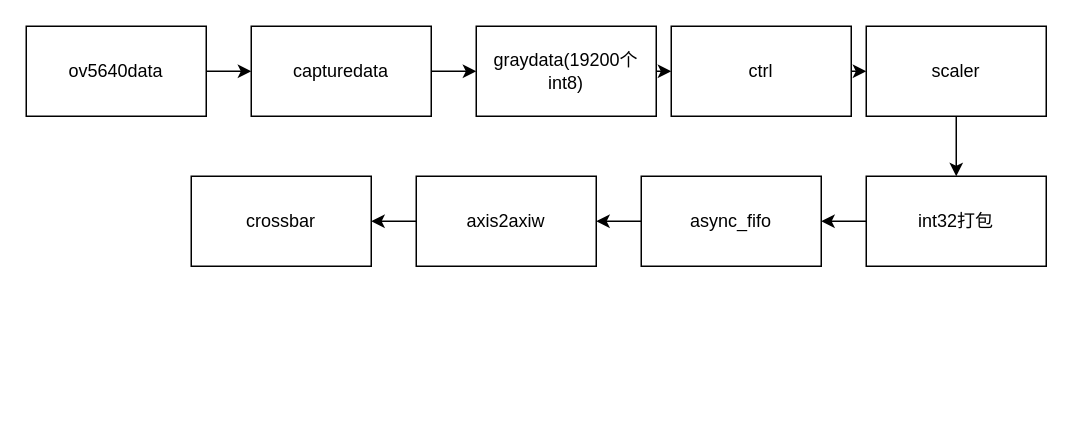
ssssss-dot/soc_learning keeps this draw.io diagram as architecture diagram/process.drawio. Above is the earlier version. Source tidied: cells renumbered, new cells numbered last; positions are measured from the earlier drawing's top-left corner, leaving out a move shared by most shapes. Both pictures are drawn from the tidied source at 150%, with x=0, y=0 at pixel (26, 26).
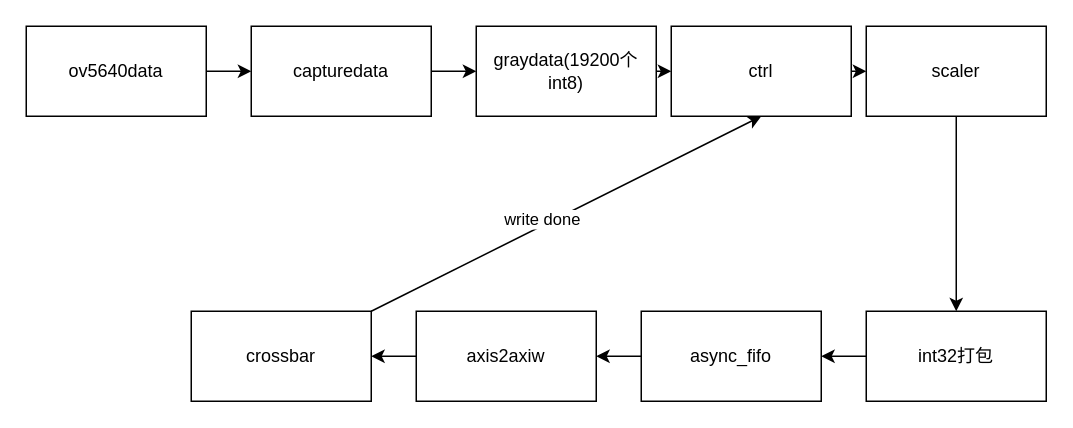
After the change.

Commit message (it also covers changes not shown here):
video_process_change

The change refers to these unchanged cells:
```xml
<mxCell id="18" value="ctrl" style="rounded=0;whiteSpace=wrap;html=1;" parent="1" vertex="1">
  <mxGeometry x="430" width="120" height="60" as="geometry" />
</mxCell>
```

What changed in the source:
```diff
@@
     <mxCell id="11" value="int32打包" style="rounded=0;whiteSpace=wrap;html=1;" parent="1" vertex="1">
-      <mxGeometry x="560" y="100" width="120" height="60" as="geometry" />
+      <mxGeometry x="560" y="190" width="120" height="60" as="geometry" />
     </mxCell>
@@
     <mxCell id="13" value="async_fifo" style="rounded=0;whiteSpace=wrap;html=1;" parent="1" vertex="1">
-      <mxGeometry x="410" y="100" width="120" height="60" as="geometry" />
+      <mxGeometry x="410" y="190" width="120" height="60" as="geometry" />
     </mxCell>
@@
     <mxCell id="15" value="axis2axiw" style="rounded=0;whiteSpace=wrap;html=1;" parent="1" vertex="1">
-      <mxGeometry x="260" y="100" width="120" height="60" as="geometry" />
+      <mxGeometry x="260" y="190" width="120" height="60" as="geometry" />
     </mxCell>
+    <mxCell id="19" style="edgeStyle=none;html=1;entryX=0.5;entryY=1;entryDx=0;entryDy=0;" parent="1" edge="1" source="16" target="18">
+      <mxGeometry relative="1" as="geometry" />
+    </mxCell>
+    <mxCell id="20" value="write done" style="edgeLabel;html=1;align=center;verticalAlign=middle;" parent="19" vertex="1">
+      <mxGeometry x="-0.11" y="4" relative="1" as="geometry" />
+    </mxCell>
     <mxCell id="16" value="crossbar" style="rounded=0;whiteSpace=wrap;html=1;" parent="1" vertex="1">
-      <mxGeometry x="110" y="100" width="120" height="60" as="geometry" />
+      <mxGeometry x="110" y="190" width="120" height="60" as="geometry" />
     </mxCell>
```
